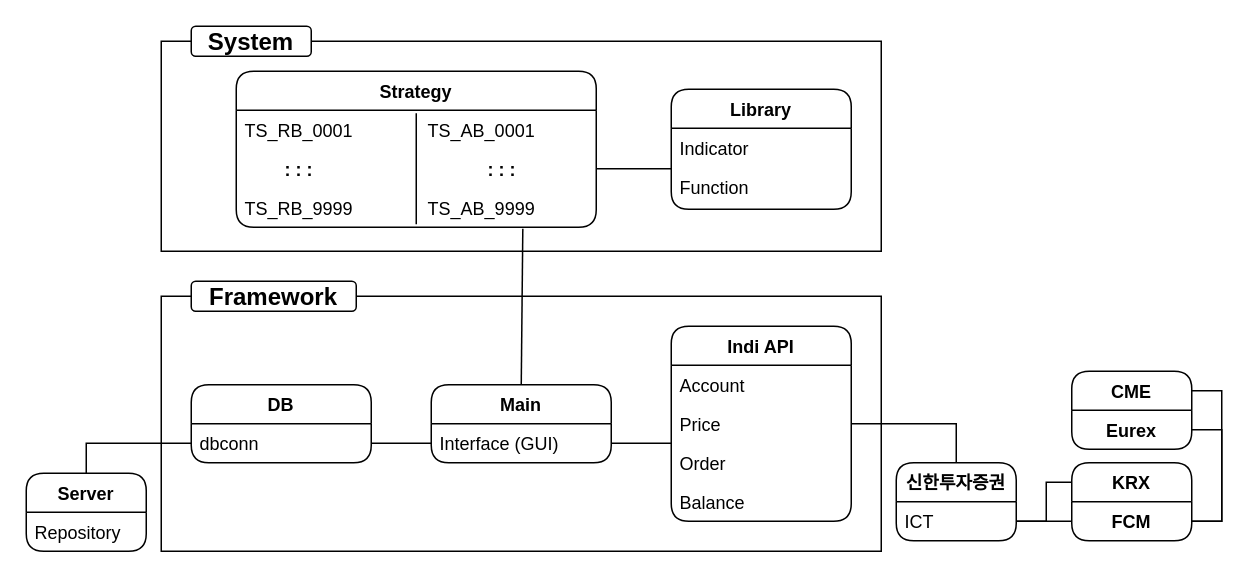
Above: etc/TS_시스템구조도.drawio in BHLee83/TS (draw.io), before the change. Source tidied: cells renumbered, new cells numbered last; positions are measured from the earlier drawing's top-left corner, leaving out a move shared by most shapes. Both pictures are drawn from the tidied source at 150%, with x=0, y=0 at pixel (26, 26).
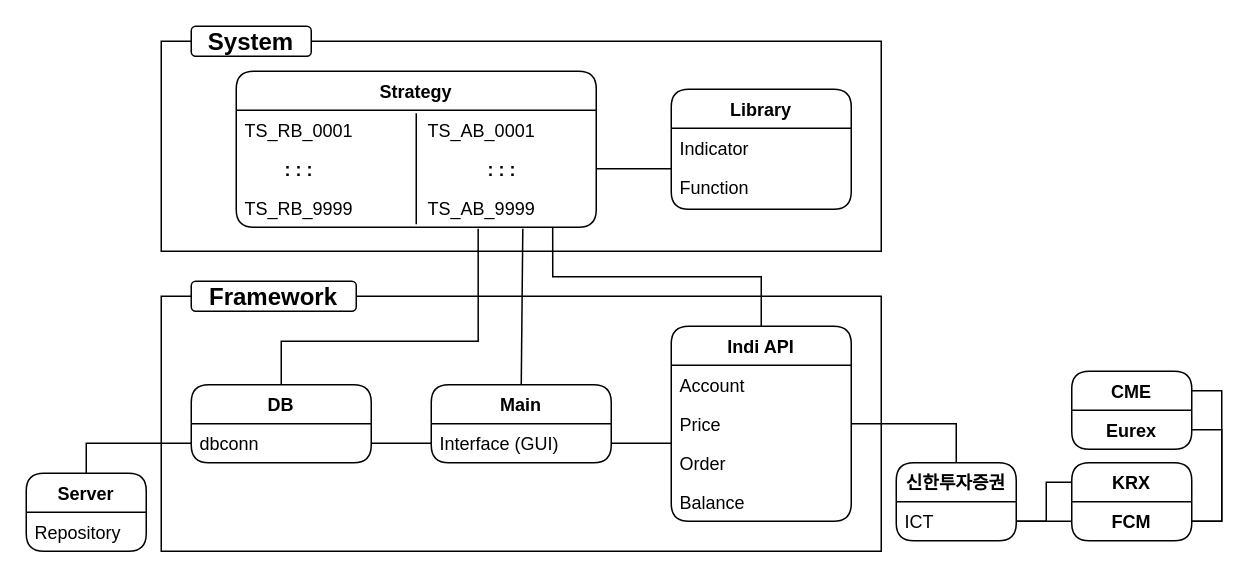
Above is the later version.

Commit message:
TS_시스템구조도.drawio

Unchanged cells that the change refers to:
```xml
<mxCell id="5" value="Indi API" style="swimlane;fontStyle=1;align=center;verticalAlign=top;horizontal=1;startSize=26;rounded=1;shadow=0;strokeWidth=1;" parent="1" vertex="1">
  <mxGeometry x="430" y="200" width="120" height="130" as="geometry" />
</mxCell>
<mxCell id="10" value="DB" style="swimlane;fontStyle=1;align=center;verticalAlign=top;horizontal=1;startSize=26;rounded=1;shadow=0;strokeWidth=1;" parent="1" vertex="1">
  <mxGeometry x="110" y="239" width="120" height="52" as="geometry" />
</mxCell>
<mxCell id="25" value="TS_RB_9999               TS_AB_9999" style="text;align=left;verticalAlign=top;spacingLeft=4;spacingRight=4;overflow=hidden;points=[[0,0.5],[1,0.5]];portConstraint=eastwest;rounded=1;shadow=0;html=0;" parent="22" vertex="1">
  <mxGeometry y="78" width="240" height="26" as="geometry" />
</mxCell>
```

The edit, as a diff of the source:
```diff
@@
+    <mxCell id="42" style="edgeStyle=orthogonalEdgeStyle;rounded=0;jettySize=auto;html=1;exitX=0.5;exitY=0;exitDx=0;exitDy=0;entryX=0.879;entryY=1;entryDx=0;entryDy=0;entryPerimeter=0;fontSize=12;endArrow=none;endFill=0;startSize=14;endSize=11;" parent="1" edge="1" source="5" target="25">
+      <mxGeometry relative="1" as="geometry" />
+    </mxCell>
@@
+    <mxCell id="43" style="edgeStyle=orthogonalEdgeStyle;rounded=0;jettySize=auto;html=1;exitX=0.5;exitY=0;exitDx=0;exitDy=0;entryX=0.672;entryY=1.037;entryDx=0;entryDy=0;entryPerimeter=0;fontSize=12;endArrow=none;endFill=0;startSize=14;endSize=11;" parent="1" edge="1" source="10" target="25">
+      <mxGeometry relative="1" as="geometry">
+        <Array as="points">
+          <mxPoint x="170" y="210" />
+          <mxPoint x="301" y="210" />
+        </Array>
+      </mxGeometry>
+    </mxCell>
```
